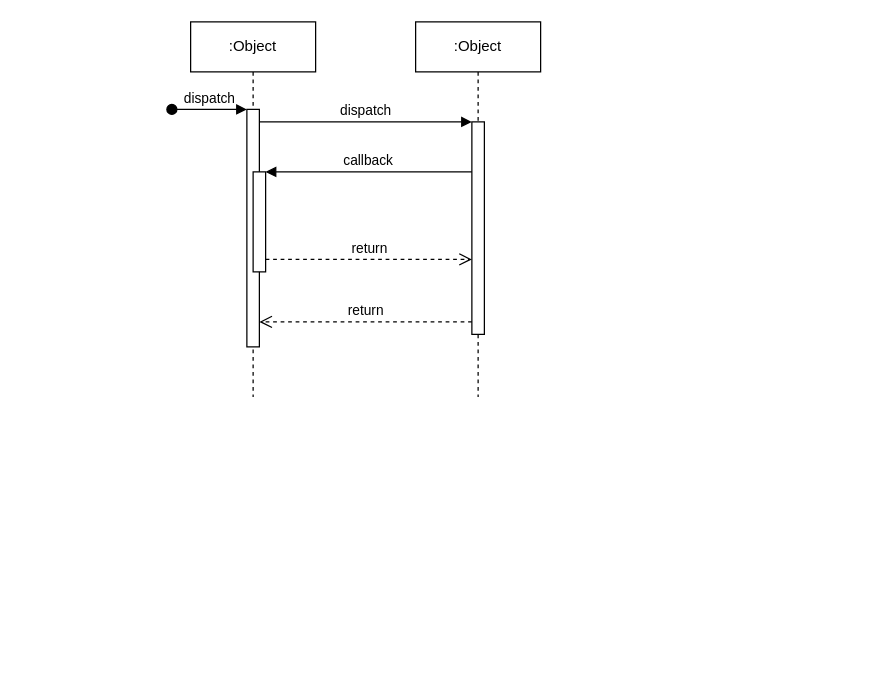
leonce28/drawio keeps this draw.io diagram as sqlparser/SQLParser时序图.drawio. Above is the earlier version. Source tidied: cells renumbered, new cells numbered last; positions are measured from the earlier drawing's top-left corner, leaving out a move shared by most shapes. Both pictures are drawn from the tidied source at 125%, with x=0, y=0 at pixel (171, 21).
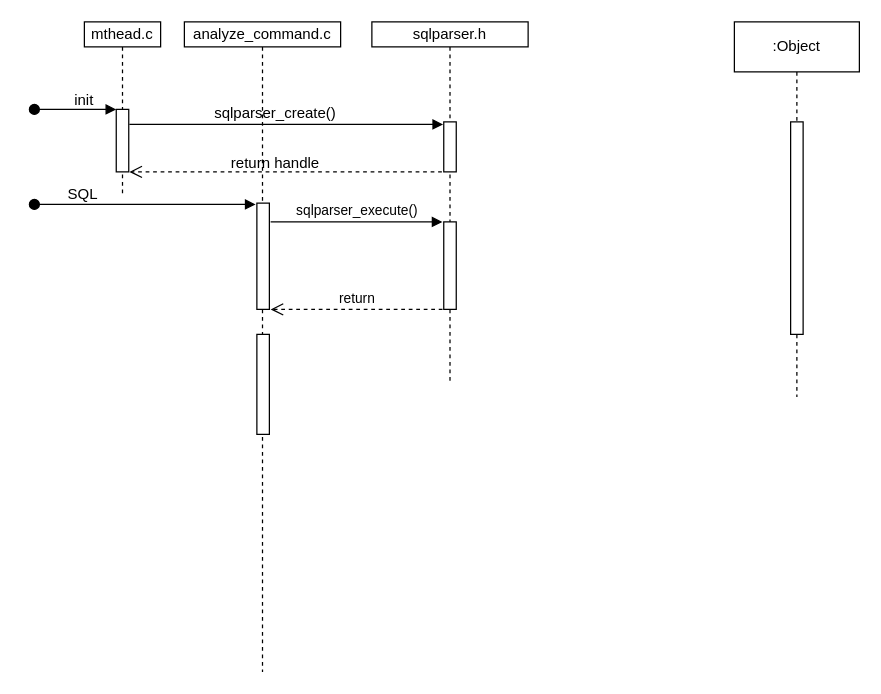
Above is the later version.

Commit message (it also covers changes not shown here):
更新SQLParser时序图.drawio

Unchanged cells that the change refers to:
```xml
<mxCell id="7" style="html=1;points=[];perimeter=orthogonalPerimeter;outlineConnect=0;targetShapes=umlLifeline;portConstraint=eastwest;newEdgeStyle={&quot;edgeStyle&quot;:&quot;elbowEdgeStyle&quot;,&quot;elbow&quot;:&quot;vertical&quot;,&quot;curved&quot;:0,&quot;rounded&quot;:0};" parent="6" vertex="1">
  <mxGeometry x="45" y="80" width="10" height="170" as="geometry" />
</mxCell>
```

Change to the diagram source:
```diff
@@
+    <mxCell id="12" value="sqlparser.h" style="shape=umlLifeline;perimeter=lifelinePerimeter;whiteSpace=wrap;html=1;newEdgeStyle={&quot;edgeStyle&quot;:&quot;elbowEdgeStyle&quot;,&quot;elbow&quot;:&quot;vertical&quot;,&quot;curved&quot;:0,&quot;rounded&quot;:0};size=20;" parent="1" vertex="1">
+      <mxGeometry x="160" width="125" height="290" as="geometry" />
+    </mxCell>
+    <mxCell id="13" style="html=1;perimeter=orthogonalPerimeter;targetShapes=umlLifeline;newEdgeStyle={&quot;edgeStyle&quot;:&quot;elbowEdgeStyle&quot;,&quot;elbow&quot;:&quot;vertical&quot;,&quot;curved&quot;:0,&quot;rounded&quot;:0};" parent="12" vertex="1">
+      <mxGeometry x="57.5" y="80" width="10" height="40" as="geometry" />
+    </mxCell>
+    <mxCell id="14" style="html=1;perimeter=orthogonalPerimeter;targetShapes=umlLifeline;newEdgeStyle={&quot;edgeStyle&quot;:&quot;elbowEdgeStyle&quot;,&quot;elbow&quot;:&quot;vertical&quot;,&quot;curved&quot;:0,&quot;rounded&quot;:0};" parent="12" vertex="1">
+      <mxGeometry x="57.5" y="160" width="10" height="70" as="geometry" />
+    </mxCell>
-    <mxCell id="2" value=":Object" style="shape=umlLifeline;perimeter=lifelinePerimeter;whiteSpace=wrap;html=1;newEdgeStyle={&quot;edgeStyle&quot;:&quot;elbowEdgeStyle&quot;,&quot;elbow&quot;:&quot;vertical&quot;,&quot;curved&quot;:0,&quot;rounded&quot;:0};" parent="1" vertex="1">
-      <mxGeometry x="15" width="100" height="300" as="geometry" />
+    <mxCell id="2" value="analyze_command.c" style="shape=umlLifeline;perimeter=lifelinePerimeter;whiteSpace=wrap;html=1;newEdgeStyle={&quot;edgeStyle&quot;:&quot;elbowEdgeStyle&quot;,&quot;elbow&quot;:&quot;vertical&quot;,&quot;curved&quot;:0,&quot;rounded&quot;:0};size=20;participant=label;" parent="1" vertex="1">
+      <mxGeometry x="10" width="125" height="520" as="geometry" />
     </mxCell>
-    <mxCell id="3" style="html=1;points=[];perimeter=orthogonalPerimeter;outlineConnect=0;targetShapes=umlLifeline;portConstraint=eastwest;newEdgeStyle={&quot;edgeStyle&quot;:&quot;elbowEdgeStyle&quot;,&quot;elbow&quot;:&quot;vertical&quot;,&quot;curved&quot;:0,&quot;rounded&quot;:0};" parent="2" vertex="1">
-      <mxGeometry x="45" y="70" width="10" height="190" as="geometry" />
-    </mxCell>
-    <mxCell id="4" value="dispatch" style="html=1;verticalAlign=bottom;startArrow=oval;endArrow=block;startSize=8;edgeStyle=elbowEdgeStyle;elbow=vertical;curved=0;rounded=0;" parent="2" edge="1" target="3">
-      <mxGeometry relative="1" as="geometry">
-        <mxPoint x="-15" y="70" as="sourcePoint" />
-      </mxGeometry>
-    </mxCell>
-    <mxCell id="5" style="html=1;points=[];perimeter=orthogonalPerimeter;outlineConnect=0;targetShapes=umlLifeline;portConstraint=eastwest;newEdgeStyle={&quot;edgeStyle&quot;:&quot;elbowEdgeStyle&quot;,&quot;elbow&quot;:&quot;vertical&quot;,&quot;curved&quot;:0,&quot;rounded&quot;:0};" parent="2" vertex="1">
-      <mxGeometry x="50" y="120" width="10" height="80" as="geometry" />
-    </mxCell>
+    <mxCell id="15" style="html=1;perimeter=orthogonalPerimeter;targetShapes=umlLifeline;newEdgeStyle={&quot;edgeStyle&quot;:&quot;elbowEdgeStyle&quot;,&quot;elbow&quot;:&quot;vertical&quot;,&quot;curved&quot;:0,&quot;rounded&quot;:0};" parent="2" vertex="1">
+      <mxGeometry x="58" y="145" width="10" height="85" as="geometry" />
+    </mxCell>
+    <mxCell id="16" style="html=1;perimeter=orthogonalPerimeter;targetShapes=umlLifeline;newEdgeStyle={&quot;edgeStyle&quot;:&quot;elbowEdgeStyle&quot;,&quot;elbow&quot;:&quot;vertical&quot;,&quot;curved&quot;:0,&quot;rounded&quot;:0};" parent="2" vertex="1">
+      <mxGeometry x="58" y="250" width="10" height="80" as="geometry" />
+    </mxCell>
+    <mxCell id="17" value="mthead.c" style="shape=umlLifeline;perimeter=lifelinePerimeter;whiteSpace=wrap;html=1;newEdgeStyle={&quot;edgeStyle&quot;:&quot;elbowEdgeStyle&quot;,&quot;elbow&quot;:&quot;vertical&quot;,&quot;curved&quot;:0,&quot;rounded&quot;:0};size=20;" parent="1" vertex="1">
+      <mxGeometry x="-70" width="61" height="140" as="geometry" />
+    </mxCell>
+    <mxCell id="18" style="html=1;points=[];perimeter=orthogonalPerimeter;outlineConnect=0;targetShapes=umlLifeline;portConstraint=eastwest;newEdgeStyle={&quot;edgeStyle&quot;:&quot;elbowEdgeStyle&quot;,&quot;elbow&quot;:&quot;vertical&quot;,&quot;curved&quot;:0,&quot;rounded&quot;:0};" parent="17" vertex="1">
+      <mxGeometry x="25.5" y="70" width="10" height="50" as="geometry" />
+    </mxCell>
+    <mxCell id="19" style="html=1;verticalAlign=bottom;startArrow=oval;endArrow=block;startSize=8;edgeStyle=elbowEdgeStyle;elbow=vertical;curved=0;rounded=0;" parent="17" edge="1" target="18">
+      <mxGeometry relative="1" as="geometry">
+        <mxPoint x="-40" y="70" as="sourcePoint" />
+      </mxGeometry>
+    </mxCell>
     <mxCell id="6" value=":Object" style="shape=umlLifeline;perimeter=lifelinePerimeter;whiteSpace=wrap;html=1;newEdgeStyle={&quot;edgeStyle&quot;:&quot;elbowEdgeStyle&quot;,&quot;elbow&quot;:&quot;vertical&quot;,&quot;curved&quot;:0,&quot;rounded&quot;:0};" parent="1" vertex="1">
-      <mxGeometry x="195" width="100" height="300" as="geometry" />
+      <mxGeometry x="450" width="100" height="300" as="geometry" />
     </mxCell>
@@
-    <mxCell id="8" value="dispatch" style="html=1;verticalAlign=bottom;endArrow=block;edgeStyle=elbowEdgeStyle;elbow=vertical;curved=0;rounded=0;" parent="1" edge="1" source="3" target="7">
-      <mxGeometry relative="1" as="geometry">
-        <Array as="points">
-          <mxPoint x="155" y="80" />
-        </Array>
-      </mxGeometry>
-    </mxCell>
-    <mxCell id="9" value="return" style="html=1;verticalAlign=bottom;endArrow=open;dashed=1;endSize=8;edgeStyle=elbowEdgeStyle;elbow=vertical;curved=0;rounded=0;" parent="1" edge="1" source="7" target="3">
-      <mxGeometry relative="1" as="geometry">
-        <Array as="points">
-          <mxPoint x="165" y="240" />
-        </Array>
-      </mxGeometry>
-    </mxCell>
-    <mxCell id="10" value="callback" style="html=1;verticalAlign=bottom;endArrow=block;edgeStyle=elbowEdgeStyle;elbow=vertical;curved=0;rounded=0;" parent="1" edge="1" source="7" target="5">
-      <mxGeometry relative="1" as="geometry">
-        <Array as="points">
-          <mxPoint x="165" y="120" />
-        </Array>
-      </mxGeometry>
-    </mxCell>
-    <mxCell id="11" value="return" style="html=1;verticalAlign=bottom;endArrow=open;dashed=1;endSize=8;edgeStyle=elbowEdgeStyle;elbow=vertical;curved=0;rounded=0;" parent="1" edge="1" source="5" target="7">
-      <mxGeometry relative="1" as="geometry">
-        <Array as="points">
-          <mxPoint x="155" y="190" />
-        </Array>
-      </mxGeometry>
-    </mxCell>
+    <mxCell id="20" style="html=1;verticalAlign=bottom;endArrow=block;edgeStyle=elbowEdgeStyle;elbow=vertical;curved=0;rounded=0;arcSize=20;" parent="1" edge="1">
+      <mxGeometry relative="1" as="geometry">
+        <mxPoint x="-34" y="82" as="sourcePoint" />
+        <mxPoint x="217" y="82" as="targetPoint" />
+      </mxGeometry>
+    </mxCell>
+    <mxCell id="21" style="html=1;verticalAlign=bottom;endArrow=open;dashed=1;endSize=8;edgeStyle=elbowEdgeStyle;elbow=vertical;curved=0;rounded=0;" parent="1" edge="1">
+      <mxGeometry relative="1" as="geometry">
+        <mxPoint x="216" y="120" as="sourcePoint" />
+        <mxPoint x="-34" y="120" as="targetPoint" />
+      </mxGeometry>
+    </mxCell>
+    <mxCell id="22" value="sqlparser_create()" style="text;strokeColor=none;align=center;fillColor=none;html=1;verticalAlign=middle;whiteSpace=wrap;rounded=0;" parent="1" vertex="1">
+      <mxGeometry x="32.5" y="68" width="100" height="10" as="geometry" />
+    </mxCell>
+    <mxCell id="23" value="return handle" style="text;strokeColor=none;align=center;fillColor=none;html=1;verticalAlign=middle;whiteSpace=wrap;rounded=0;" parent="1" vertex="1">
+      <mxGeometry x="42.5" y="108" width="80" height="10" as="geometry" />
+    </mxCell>
+    <mxCell id="24" style="html=1;verticalAlign=bottom;startArrow=oval;startFill=1;endArrow=block;startSize=8;edgeStyle=elbowEdgeStyle;elbow=vertical;curved=0;rounded=0;" parent="1" edge="1">
+      <mxGeometry relative="1" as="geometry">
+        <mxPoint x="-110" y="146" as="sourcePoint" />
+        <mxPoint x="67" y="146" as="targetPoint" />
+      </mxGeometry>
+    </mxCell>
+    <mxCell id="25" value="sqlparser_execute()" style="html=1;verticalAlign=bottom;endArrow=block;edgeStyle=elbowEdgeStyle;elbow=vertical;curved=0;rounded=0;" parent="1" edge="1">
+      <mxGeometry relative="1" as="geometry">
+        <mxPoint x="79" y="160" as="sourcePoint" />
+        <mxPoint x="216.5" y="160" as="targetPoint" />
+      </mxGeometry>
+    </mxCell>
+    <mxCell id="26" value="return" style="html=1;verticalAlign=bottom;endArrow=open;dashed=1;endSize=8;edgeStyle=elbowEdgeStyle;elbow=vertical;curved=0;rounded=0;" parent="1" edge="1">
+      <mxGeometry relative="1" as="geometry">
+        <mxPoint x="216.5" y="230" as="sourcePoint" />
+        <mxPoint x="79" y="230" as="targetPoint" />
+        <Array as="points">
+          <mxPoint x="148" y="230" />
+        </Array>
+      </mxGeometry>
+    </mxCell>
+    <mxCell id="27" value="SQL" style="text;strokeColor=none;align=center;fillColor=none;html=1;verticalAlign=middle;whiteSpace=wrap;rounded=0;" parent="1" vertex="1">
+      <mxGeometry x="-81" y="133" width="20" height="10" as="geometry" />
+    </mxCell>
+    <mxCell id="28" value="init" style="text;strokeColor=none;align=center;fillColor=none;html=1;verticalAlign=middle;whiteSpace=wrap;rounded=0;" parent="1" vertex="1">
+      <mxGeometry x="-75" y="62" width="10" as="geometry" />
+    </mxCell>
```
